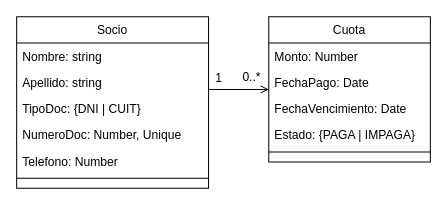
Before: SocialClub.drawio in PabloHernandezMA/REST-API-SocialClub-UAI, a draw.io diagram. Source tidied: cells renumbered, new cells numbered last; positions are measured from the earlier drawing's top-left corner, leaving out a move shared by most shapes. Both pictures are drawn from the tidied source at 101%, with x=0, y=0 at pixel (16, 16).
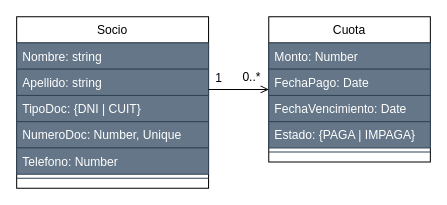
The same diagram, later.

Commit message (it also covers changes not shown here):
Socio Routes-Model- Controller

The edit, as a diff of the source:
```diff
@@
 <mxGraphModel background="#ffffff">
   <root>
     <mxCell id="0" />
     <mxCell id="1" parent="0" />
-    <mxCell id="2" value="Socio" style="swimlane;fontStyle=0;align=center;verticalAlign=top;horizontal=1;startSize=26;rounded=0;shadow=0;strokeWidth=1;" parent="1" vertex="1">
+    <mxCell id="2" value="Socio" style="swimlane;fontStyle=0;align=center;verticalAlign=top;horizontal=1;startSize=26;rounded=0;shadow=0;strokeWidth=1;fillColor=default;strokeColor=#000000;" parent="1" vertex="1">
       <mxGeometry width="190" height="170" as="geometry" />
     </mxCell>
-    <mxCell id="3" value="Nombre: string" style="text;align=left;verticalAlign=top;spacingLeft=4;spacingRight=4;overflow=hidden;" parent="2" vertex="1">
+    <mxCell id="3" value="Nombre: string" style="text;align=left;verticalAlign=top;spacingLeft=4;spacingRight=4;overflow=hidden;fillColor=#647687;fontColor=#ffffff;strokeColor=#314354;" parent="2" vertex="1">
       <mxGeometry y="26" width="190" height="26" as="geometry" />
     </mxCell>
-    <mxCell id="4" value="Apellido: string" style="text;align=left;verticalAlign=top;spacingLeft=4;spacingRight=4;overflow=hidden;rounded=0;shadow=0;html=0;" parent="2" vertex="1">
+    <mxCell id="4" value="Apellido: string" style="text;align=left;verticalAlign=top;spacingLeft=4;spacingRight=4;overflow=hidden;rounded=0;shadow=0;html=0;fillColor=#647687;fontColor=#ffffff;strokeColor=#314354;" parent="2" vertex="1">
       <mxGeometry y="52" width="190" height="26" as="geometry" />
     </mxCell>
-    <mxCell id="5" value="TipoDoc: {DNI | CUIT}" style="text;align=left;verticalAlign=top;spacingLeft=4;spacingRight=4;overflow=hidden;rounded=0;shadow=0;html=0;" parent="2" vertex="1">
+    <mxCell id="5" value="TipoDoc: {DNI | CUIT}" style="text;align=left;verticalAlign=top;spacingLeft=4;spacingRight=4;overflow=hidden;rounded=0;shadow=0;html=0;fillColor=#647687;fontColor=#ffffff;strokeColor=#314354;" parent="2" vertex="1">
       <mxGeometry y="78" width="190" height="26" as="geometry" />
     </mxCell>
-    <mxCell id="6" value="NumeroDoc: Number, Unique" style="text;align=left;verticalAlign=top;spacingLeft=4;spacingRight=4;overflow=hidden;rounded=0;shadow=0;html=0;" parent="2" vertex="1">
+    <mxCell id="6" value="NumeroDoc: Number, Unique" style="text;align=left;verticalAlign=top;spacingLeft=4;spacingRight=4;overflow=hidden;rounded=0;shadow=0;html=0;fillColor=#647687;fontColor=#ffffff;strokeColor=#314354;" parent="2" vertex="1">
       <mxGeometry y="104" width="190" height="26" as="geometry" />
     </mxCell>
-    <mxCell id="7" value="Telefono: Number" style="text;align=left;verticalAlign=top;spacingLeft=4;spacingRight=4;overflow=hidden;rounded=0;shadow=0;html=0;" parent="2" vertex="1">
+    <mxCell id="7" value="Telefono: Number" style="text;align=left;verticalAlign=top;spacingLeft=4;spacingRight=4;overflow=hidden;rounded=0;shadow=0;html=0;fillColor=#647687;fontColor=#ffffff;strokeColor=#314354;" parent="2" vertex="1">
       <mxGeometry y="130" width="190" height="26" as="geometry" />
     </mxCell>
-    <mxCell id="8" style="line;html=1;strokeWidth=1;align=left;verticalAlign=middle;spacingTop=-1;spacingLeft=3;spacingRight=3;labelPosition=right;" parent="2" vertex="1">
+    <mxCell id="8" style="line;html=1;strokeWidth=1;align=left;verticalAlign=middle;spacingTop=-1;spacingLeft=3;spacingRight=3;labelPosition=right;fillColor=#647687;fontColor=#ffffff;strokeColor=#314354;" parent="2" vertex="1">
       <mxGeometry y="156" width="190" height="8" as="geometry" />
     </mxCell>
-    <mxCell id="9" value="Cuota" style="swimlane;fontStyle=0;align=center;verticalAlign=top;horizontal=1;startSize=26;rounded=0;shadow=0;strokeWidth=1;" parent="1" vertex="1">
+    <mxCell id="9" value="Cuota" style="swimlane;fontStyle=0;align=center;verticalAlign=top;horizontal=1;startSize=26;rounded=0;shadow=0;strokeWidth=1;strokeColor=#000000;" parent="1" vertex="1">
       <mxGeometry x="249.6" width="160" height="144" as="geometry" />
     </mxCell>
-    <mxCell id="10" value="Monto: Number" style="text;align=left;verticalAlign=top;spacingLeft=4;spacingRight=4;overflow=hidden;" parent="9" vertex="1">
+    <mxCell id="10" value="Monto: Number" style="text;align=left;verticalAlign=top;spacingLeft=4;spacingRight=4;overflow=hidden;fillColor=#647687;fontColor=#ffffff;strokeColor=#314354;" parent="9" vertex="1">
       <mxGeometry y="26" width="160" height="26" as="geometry" />
     </mxCell>
-    <mxCell id="11" value="FechaPago: Date" style="text;align=left;verticalAlign=top;spacingLeft=4;spacingRight=4;overflow=hidden;rounded=0;shadow=0;html=0;" parent="9" vertex="1">
+    <mxCell id="11" value="FechaPago: Date" style="text;align=left;verticalAlign=top;spacingLeft=4;spacingRight=4;overflow=hidden;rounded=0;shadow=0;html=0;fillColor=#647687;fontColor=#ffffff;strokeColor=#314354;" parent="9" vertex="1">
       <mxGeometry y="52" width="160" height="26" as="geometry" />
     </mxCell>
-    <mxCell id="12" value="FechaVencimiento: Date" style="text;align=left;verticalAlign=top;spacingLeft=4;spacingRight=4;overflow=hidden;rounded=0;shadow=0;html=0;" parent="9" vertex="1">
+    <mxCell id="12" value="FechaVencimiento: Date" style="text;align=left;verticalAlign=top;spacingLeft=4;spacingRight=4;overflow=hidden;rounded=0;shadow=0;html=0;fillColor=#647687;fontColor=#ffffff;strokeColor=#314354;" parent="9" vertex="1">
       <mxGeometry y="78" width="160" height="26" as="geometry" />
     </mxCell>
-    <mxCell id="13" value="Estado: {PAGA | IMPAGA}" style="text;align=left;verticalAlign=top;spacingLeft=4;spacingRight=4;overflow=hidden;rounded=0;shadow=0;html=0;" parent="9" vertex="1">
+    <mxCell id="13" value="Estado: {PAGA | IMPAGA}" style="text;align=left;verticalAlign=top;spacingLeft=4;spacingRight=4;overflow=hidden;rounded=0;shadow=0;html=0;fillColor=#647687;fontColor=#ffffff;strokeColor=#314354;" parent="9" vertex="1">
       <mxGeometry y="104" width="160" height="26" as="geometry" />
     </mxCell>
-    <mxCell id="14" style="line;html=1;strokeWidth=1;align=left;verticalAlign=middle;spacingTop=-1;spacingLeft=3;spacingRight=3;labelPosition=right;" parent="9" vertex="1">
+    <mxCell id="14" style="line;html=1;strokeWidth=1;align=left;verticalAlign=middle;spacingTop=-1;spacingLeft=3;spacingRight=3;labelPosition=right;fillColor=#647687;fontColor=#ffffff;strokeColor=#314354;" parent="9" vertex="1">
       <mxGeometry y="130" width="160" height="8" as="geometry" />
     </mxCell>
-    <mxCell id="15" style="endArrow=open;shadow=0;strokeWidth=1;rounded=0;endFill=1;edgeStyle=elbowEdgeStyle;elbow=vertical;" parent="1" edge="1" source="2" target="9">
+    <mxCell id="15" style="endArrow=open;shadow=0;strokeWidth=1;rounded=0;endFill=1;edgeStyle=elbowEdgeStyle;elbow=vertical;fontColor=#000000;strokeColor=#000000;" parent="1" edge="1" source="2" target="9">
       <mxGeometry x="0.5" y="41" relative="1" as="geometry">
         <mxPoint x="-40" y="32" as="offset" />
       </mxGeometry>
     </mxCell>
-    <mxCell id="16" value="1" style="align=left;verticalAlign=bottom;labelBackgroundColor=none;fontSize=12;" parent="15" vertex="1">
+    <mxCell id="16" value="1" style="align=left;verticalAlign=bottom;labelBackgroundColor=none;fontSize=12;fontColor=#000000;" parent="15" vertex="1">
       <mxGeometry x="-1" relative="1" as="geometry">
         <mxPoint x="5" y="-3" as="offset" />
       </mxGeometry>
     </mxCell>
-    <mxCell id="17" value="0..*" style="align=right;verticalAlign=bottom;labelBackgroundColor=none;fontSize=12;" parent="15" vertex="1">
+    <mxCell id="17" value="0..*" style="align=right;verticalAlign=bottom;labelBackgroundColor=none;fontSize=12;fontColor=#000000;" parent="15" vertex="1">
       <mxGeometry x="1" relative="1" as="geometry">
         <mxPoint x="-7" y="-4" as="offset" />
       </mxGeometry>
     </mxCell>
   </root>
 </mxGraphModel>
```
